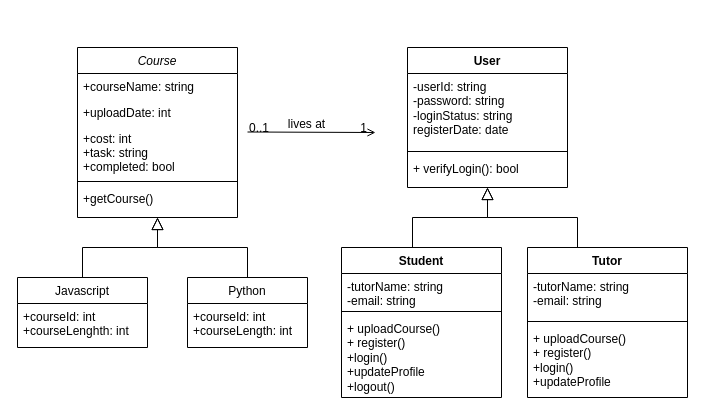
This is Untitled Diagram.drawio from DeraJSP/practice, a draw.io file, before an edit. Source tidied: cells renumbered, new cells numbered last; positions are measured from the earlier drawing's top-left corner, leaving out a move shared by most shapes. Both pictures are drawn from the tidied source at 100%, with x=0, y=0 at pixel (17, 47).
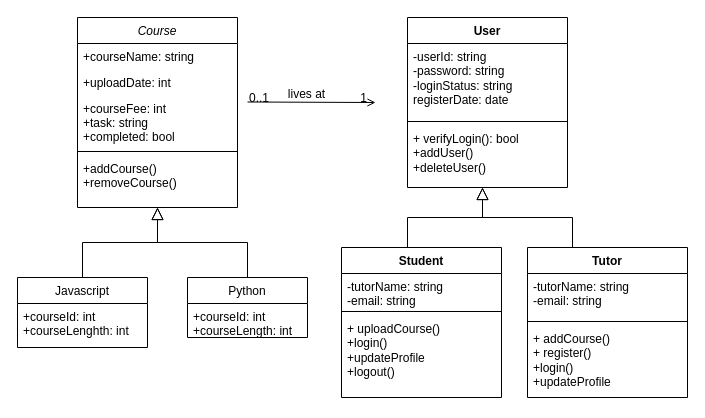
The same page after the edit.

The change refers to these unchanged cells:
```xml
<mxCell id="22" value="Tutor" style="swimlane;fontStyle=1;align=center;verticalAlign=top;horizontal=1;startSize=26;whiteSpace=wrap;html=1;" parent="1" vertex="1">
  <mxGeometry x="510" y="200" width="160" height="150" as="geometry" />
</mxCell>
<mxCell id="26" value="Student" style="swimlane;fontStyle=1;align=center;verticalAlign=top;horizontal=1;startSize=26;whiteSpace=wrap;html=1;" parent="1" vertex="1">
  <mxGeometry x="324" y="200" width="160" height="150" as="geometry" />
</mxCell>
```

What changed in the source:
```diff
@@
     <mxCell id="2" value="Course" style="swimlane;fontStyle=2;align=center;verticalAlign=top;horizontal=1;startSize=26;rounded=0;shadow=0;strokeWidth=1;" parent="1" vertex="1">
-      <mxGeometry x="60" width="160" height="170" as="geometry" />
+      <mxGeometry x="60" y="-30" width="160" height="190" as="geometry" />
     </mxCell>
@@
-    <mxCell id="5" value="+cost: int&#10;+task: string&#10;+completed: bool" style="text;align=left;verticalAlign=top;spacingLeft=4;spacingRight=4;overflow=hidden;rounded=0;shadow=0;html=0;" parent="2" vertex="1">
+    <mxCell id="5" value="+courseFee: int&#10;+task: string&#10;+completed: bool" style="text;align=left;verticalAlign=top;spacingLeft=4;spacingRight=4;overflow=hidden;rounded=0;shadow=0;html=0;" parent="2" vertex="1">
       <mxGeometry y="78" width="160" height="52" as="geometry" />
     </mxCell>
@@
-    <mxCell id="7" value="+getCourse()" style="text;align=left;verticalAlign=top;spacingLeft=4;spacingRight=4;overflow=hidden;" parent="2" vertex="1">
-      <mxGeometry y="138" width="160" height="18" as="geometry" />
+    <mxCell id="7" value="+addCourse()&#10;+removeCourse()&#10;" style="text;align=left;verticalAlign=top;spacingLeft=4;spacingRight=4;overflow=hidden;" parent="2" vertex="1">
+      <mxGeometry y="138" width="160" height="52" as="geometry" />
     </mxCell>
@@
     <mxCell id="11" value="Python" style="swimlane;fontStyle=0;align=center;verticalAlign=top;horizontal=1;startSize=26;rounded=0;shadow=0;strokeWidth=1;" parent="1" vertex="1">
-      <mxGeometry x="170" y="230" width="120" height="70" as="geometry" />
+      <mxGeometry x="170" y="230" width="120" height="60" as="geometry" />
     </mxCell>
@@
     <mxCell id="14" style="endArrow=open;shadow=0;strokeWidth=1;rounded=0;endFill=1;edgeStyle=elbowEdgeStyle;elbow=vertical;" parent="1" edge="1">
       <mxGeometry x="0.5" y="41" relative="1" as="geometry">
-        <mxPoint x="230" y="84.5" as="sourcePoint" />
-        <mxPoint x="358" y="84.5" as="targetPoint" />
+        <mxPoint x="230" y="54.5" as="sourcePoint" />
+        <mxPoint x="358" y="54.5" as="targetPoint" />
         <mxPoint x="-40" y="32" as="offset" />
       </mxGeometry>
     </mxCell>
@@
     <mxCell id="18" value="User" style="swimlane;fontStyle=1;align=center;verticalAlign=top;horizontal=1;startSize=26;whiteSpace=wrap;html=1;" parent="1" vertex="1">
-      <mxGeometry x="390" width="160" height="140" as="geometry" />
+      <mxGeometry x="390" y="-30" width="160" height="170" as="geometry" />
     </mxCell>
@@
-    <mxCell id="21" value="+ verifyLogin(): bool" style="text;strokeColor=none;fillColor=none;align=left;verticalAlign=top;spacingLeft=4;spacingRight=4;overflow=hidden;whiteSpace=wrap;html=1;" parent="18" vertex="1">
-      <mxGeometry y="108" width="160" height="32" as="geometry" />
+    <mxCell id="21" value="&lt;div&gt;+ verifyLogin(): bool&lt;/div&gt;&lt;div&gt;+addUser()&lt;/div&gt;&lt;div&gt;+deleteUser()&lt;br&gt;&lt;/div&gt;" style="text;strokeColor=none;fillColor=none;align=left;verticalAlign=top;spacingLeft=4;spacingRight=4;overflow=hidden;whiteSpace=wrap;html=1;" parent="18" vertex="1">
+      <mxGeometry y="108" width="160" height="62" as="geometry" />
     </mxCell>
@@
-    <mxCell id="25" value="&lt;div&gt;+ uploadCourse()&lt;br&gt;&lt;div&gt;+ register()&lt;/div&gt;&lt;div&gt;+login()&lt;/div&gt;+updateProfile&lt;/div&gt;" style="text;strokeColor=none;fillColor=none;align=left;verticalAlign=top;spacingLeft=4;spacingRight=4;overflow=hidden;whiteSpace=wrap;html=1;" parent="22" vertex="1">
+    <mxCell id="25" value="&lt;div&gt;+ addCourse()&lt;br&gt;&lt;div&gt;+ register()&lt;/div&gt;&lt;div&gt;+login()&lt;/div&gt;+updateProfile&lt;/div&gt;" style="text;strokeColor=none;fillColor=none;align=left;verticalAlign=top;spacingLeft=4;spacingRight=4;overflow=hidden;whiteSpace=wrap;html=1;" parent="22" vertex="1">
       <mxGeometry y="78" width="160" height="72" as="geometry" />
     </mxCell>
@@
-    <mxCell id="29" value="&lt;div&gt;+ uploadCourse()&lt;br&gt;&lt;/div&gt;&lt;div&gt;+ register()&lt;/div&gt;&lt;div&gt;+login()&lt;/div&gt;&lt;div&gt;+updateProfile&lt;br&gt;&lt;/div&gt;+logout()" style="text;strokeColor=none;fillColor=none;align=left;verticalAlign=top;spacingLeft=4;spacingRight=4;overflow=hidden;whiteSpace=wrap;html=1;" parent="26" vertex="1">
+    <mxCell id="29" value="&lt;div&gt;+ uploadCourse()&lt;/div&gt;&lt;div&gt;+login()&lt;/div&gt;&lt;div&gt;+updateProfile&lt;br&gt;&lt;/div&gt;+logout()" style="text;strokeColor=none;fillColor=none;align=left;verticalAlign=top;spacingLeft=4;spacingRight=4;overflow=hidden;whiteSpace=wrap;html=1;" parent="26" vertex="1">
       <mxGeometry y="68" width="160" height="82" as="geometry" />
     </mxCell>
     <mxCell id="30" style="endArrow=block;endSize=10;endFill=0;shadow=0;strokeWidth=1;rounded=0;edgeStyle=elbowEdgeStyle;elbow=vertical;" parent="1" edge="1">
       <mxGeometry relative="1" as="geometry">
-        <mxPoint x="560" y="200" as="sourcePoint" />
-        <mxPoint x="470" y="140" as="targetPoint" />
+        <mxPoint x="555" y="200" as="sourcePoint" />
+        <mxPoint x="465" y="140" as="targetPoint" />
+        <Array as="points">
+          <mxPoint x="510" y="170" />
+        </Array>
       </mxGeometry>
     </mxCell>
     <mxCell id="31" style="endArrow=block;endSize=10;endFill=0;shadow=0;strokeWidth=1;rounded=0;edgeStyle=elbowEdgeStyle;elbow=vertical;" parent="1" edge="1">
       <mxGeometry relative="1" as="geometry">
-        <mxPoint x="395" y="200" as="sourcePoint" />
-        <mxPoint x="470" y="140" as="targetPoint" />
+        <mxPoint x="390" y="200" as="sourcePoint" />
+        <mxPoint x="465" y="140" as="targetPoint" />
       </mxGeometry>
     </mxCell>
```
